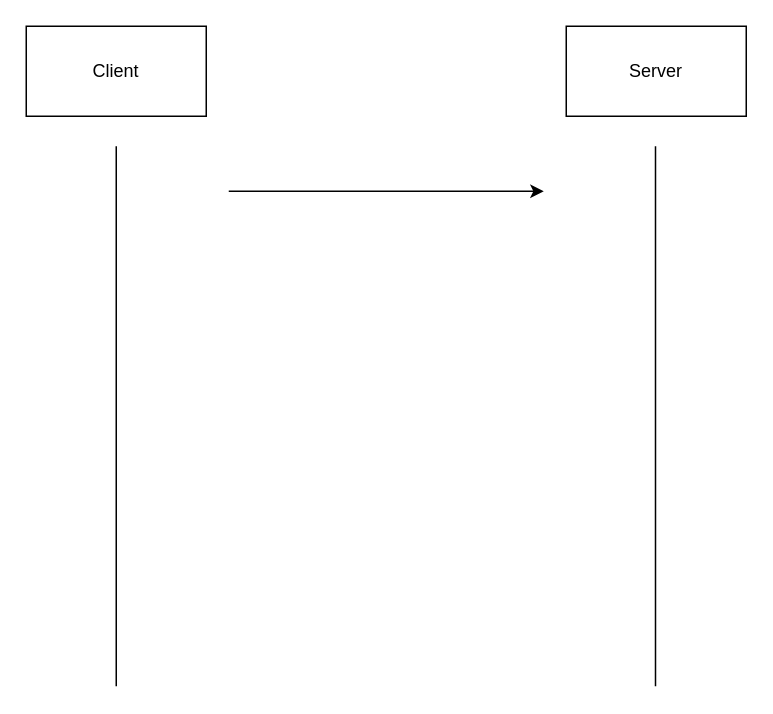
Above: SSL/TLS_handshake_with_Certificate.drawio in seongkah/draw.io (draw.io), before the change. Source tidied: cells renumbered, new cells numbered last; positions are measured from the earlier drawing's top-left corner, leaving out a move shared by most shapes. Both pictures are drawn from the tidied source at 150%, with x=0, y=0 at pixel (26, 26).
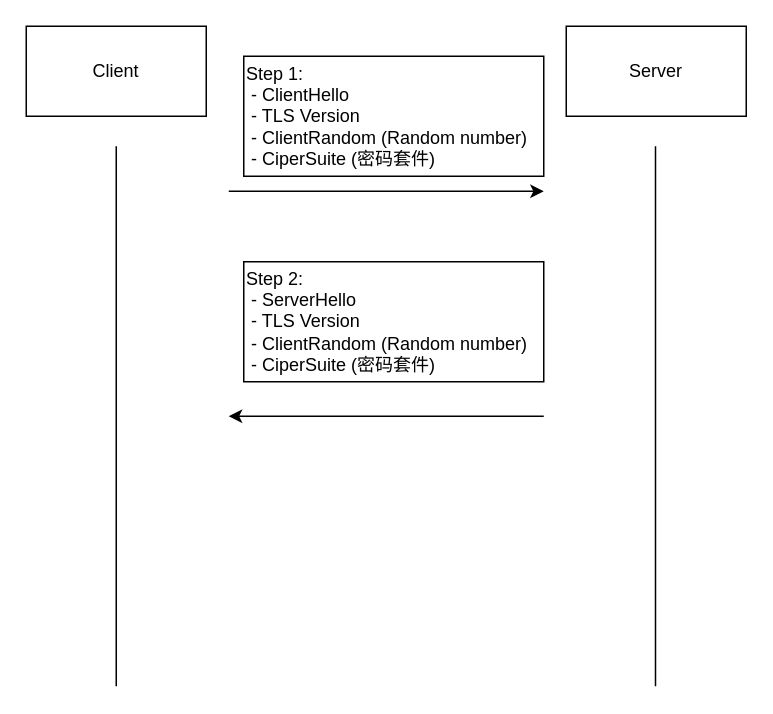
The same page after the edit.

What changed in the source:
```diff
@@
 <mxGraphModel>
   <root>
     <mxCell id="0" />
     <mxCell id="1" parent="0" />
     <mxCell id="2" value="Client" style="rounded=0;whiteSpace=wrap;html=1;" parent="1" vertex="1">
       <mxGeometry width="120" height="60" as="geometry" />
     </mxCell>
     <mxCell id="3" value="Server" style="rounded=0;whiteSpace=wrap;html=1;" parent="1" vertex="1">
       <mxGeometry x="360" width="120" height="60" as="geometry" />
     </mxCell>
     <mxCell id="4" style="endArrow=classic;html=1;rounded=0;" parent="1" edge="1">
       <mxGeometry relative="1" as="geometry">
         <mxPoint x="135" y="110" as="sourcePoint" />
         <mxPoint x="345" y="110" as="targetPoint" />
       </mxGeometry>
     </mxCell>
     <mxCell id="5" style="endArrow=none;html=1;rounded=0;" parent="1" edge="1">
       <mxGeometry relative="1" as="geometry">
         <mxPoint x="60" y="440" as="sourcePoint" />
         <mxPoint x="60" y="80" as="targetPoint" />
       </mxGeometry>
     </mxCell>
     <mxCell id="6" style="endArrow=none;html=1;rounded=0;" parent="1" edge="1">
       <mxGeometry relative="1" as="geometry">
         <mxPoint x="419.5" y="440" as="sourcePoint" />
         <mxPoint x="419.5" y="80" as="targetPoint" />
       </mxGeometry>
     </mxCell>
+    <mxCell id="7" value="&lt;span style=&quot;&quot;&gt;Step 1:&amp;nbsp;&lt;/span&gt;&lt;br style=&quot;&quot;&gt;&lt;span style=&quot;&quot;&gt;&amp;nbsp;- ClientHello&lt;/span&gt;&lt;br style=&quot;&quot;&gt;&lt;span style=&quot;&quot;&gt;&amp;nbsp;- TLS Version&amp;nbsp;&lt;/span&gt;&lt;br style=&quot;&quot;&gt;&lt;span style=&quot;&quot;&gt;&amp;nbsp;- ClientRandom (Random number)&lt;/span&gt;&lt;br style=&quot;&quot;&gt;&lt;span style=&quot;&quot;&gt;&amp;nbsp;- CiperSuite (密码套件)&lt;/span&gt;" style="text;strokeColor=default;align=left;fillColor=none;html=1;verticalAlign=middle;whiteSpace=wrap;rounded=0;" parent="1" vertex="1">
+      <mxGeometry x="145" y="20" width="200" height="80" as="geometry" />
+    </mxCell>
+    <mxCell id="8" value="&lt;span style=&quot;&quot;&gt;Step 2:&amp;nbsp;&lt;/span&gt;&lt;br style=&quot;&quot;&gt;&lt;span style=&quot;&quot;&gt;&amp;nbsp;- ServerHello&lt;/span&gt;&lt;br style=&quot;&quot;&gt;&lt;span style=&quot;&quot;&gt;&amp;nbsp;- TLS Version&amp;nbsp;&lt;/span&gt;&lt;br style=&quot;&quot;&gt;&lt;span style=&quot;&quot;&gt;&amp;nbsp;- ClientRandom (Random number)&lt;/span&gt;&lt;br style=&quot;&quot;&gt;&lt;span style=&quot;&quot;&gt;&amp;nbsp;- CiperSuite (密码套件)&lt;/span&gt;" style="text;strokeColor=default;align=left;fillColor=none;html=1;verticalAlign=middle;whiteSpace=wrap;rounded=0;" parent="1" vertex="1">
+      <mxGeometry x="145" y="157" width="200" height="80" as="geometry" />
+    </mxCell>
+    <mxCell id="9" style="endArrow=classic;html=1;rounded=0;" parent="1" edge="1">
+      <mxGeometry relative="1" as="geometry">
+        <mxPoint x="345" y="260" as="sourcePoint" />
+        <mxPoint x="135" y="260" as="targetPoint" />
+      </mxGeometry>
+    </mxCell>
   </root>
 </mxGraphModel>
```
